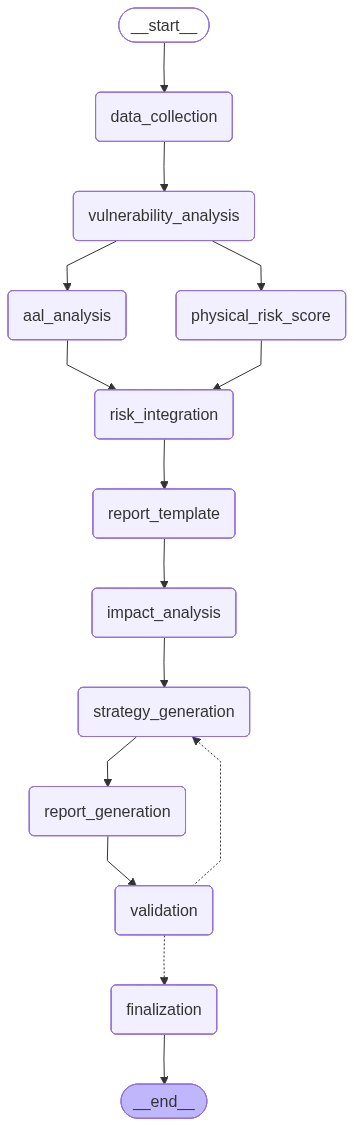
The Mermaid diagram ai_agent/workflow_diagram.png in On-Do-Polaris/polaris_backend_fastapi, before a commit. Its source is kept beside it as ai_agent/workflow_diagram.mmd.
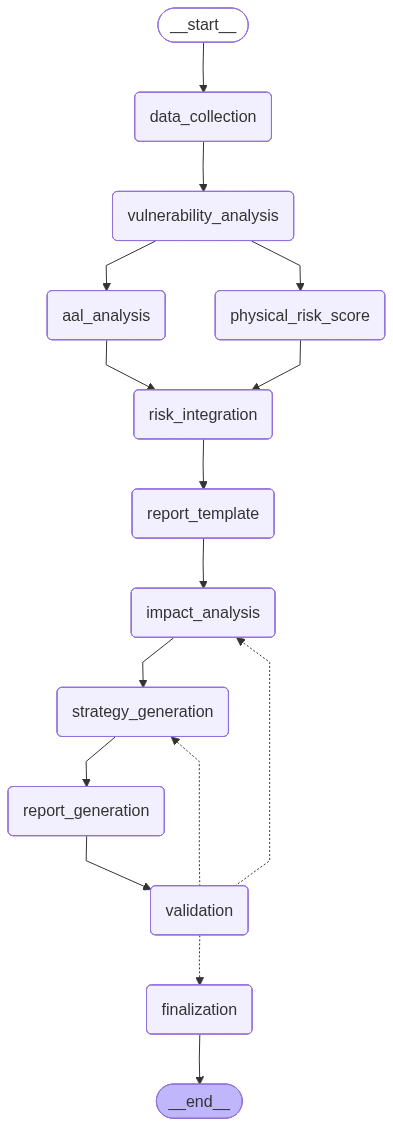
After the change.

Commit message:
[update] ai_agent/. validation 조건 분기 추가

Change to the diagram source:
```diff
@@ -27,6 +27,7 @@
 	risk_integration --> report_template;
 	strategy_generation --> report_generation;
 	validation -.-> finalization;
+	validation -.-> impact_analysis;
 	validation -.-> strategy_generation;
 	vulnerability_analysis --> aal_analysis;
 	vulnerability_analysis --> physical_risk_score;
```
